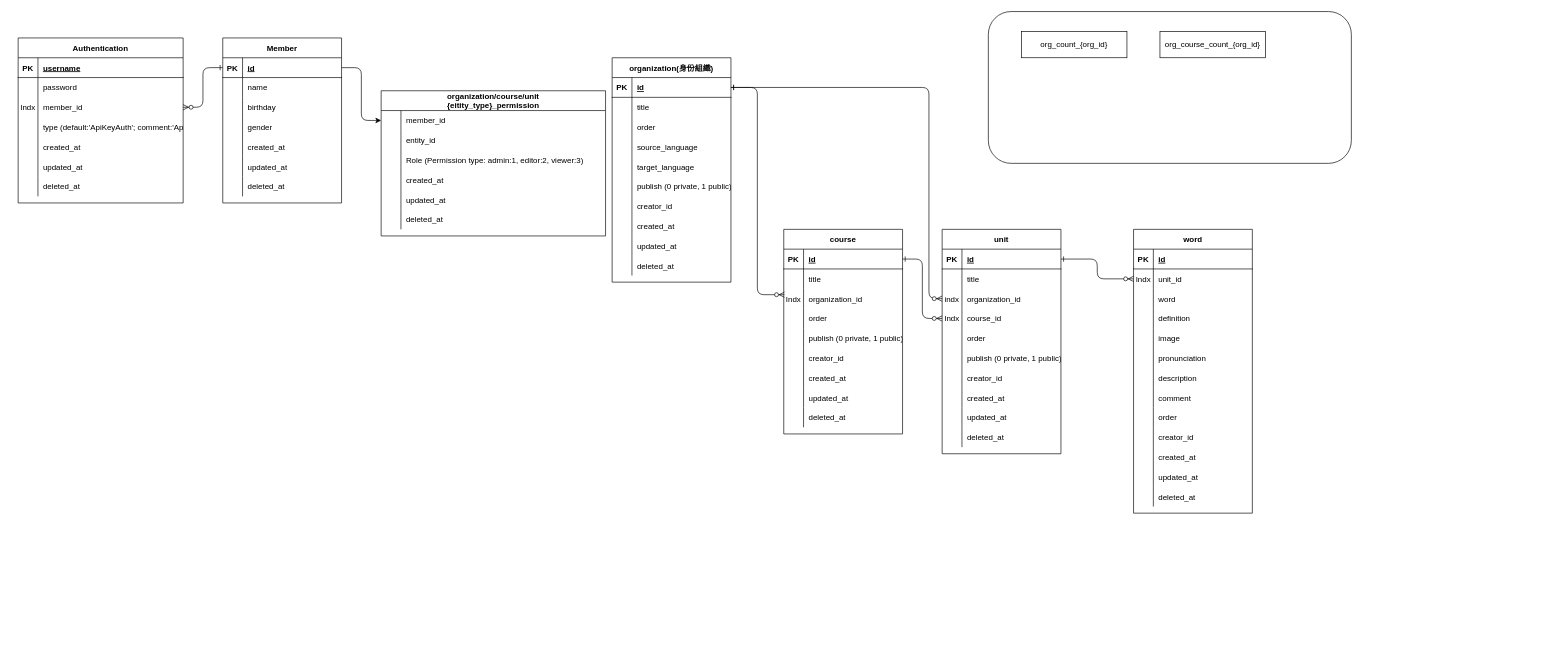
adon988/go_api_example keeps this draw.io diagram as ERD.drawio. Above is the earlier version. Source tidied: cells renumbered, new cells numbered last; positions are measured from the earlier drawing's top-left corner, leaving out a move shared by most shapes. Both pictures are drawn from the tidied source at 66%, with x=0, y=0 at pixel (18, 11).
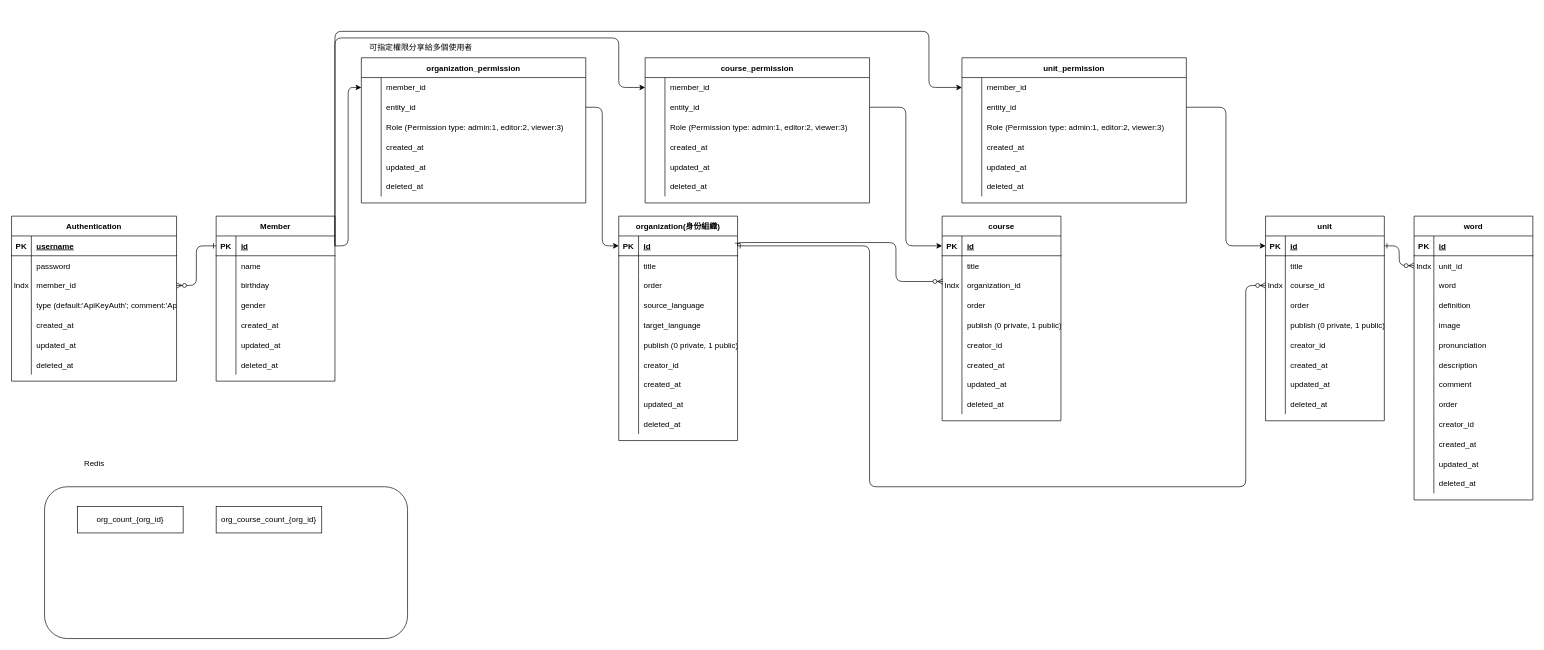
The same page after the edit.

Commit message:
doc: ajust the erd

The change refers to these unchanged cells:
```xml
<mxCell id="27" style="shape=partialRectangle;fillColor=none;top=0;left=0;bottom=1;right=0;points=[[0,0.5],[1,0.5]];portConstraint=eastwest;" parent="26" vertex="1">
  <mxGeometry y="30" width="180" height="30" as="geometry" />
</mxCell>
<mxCell id="49" style="shape=partialRectangle;fillColor=none;top=0;left=0;bottom=1;right=0;points=[[0,0.5],[1,0.5]];portConstraint=eastwest;" parent="48" vertex="1">
  <mxGeometry y="30" width="180" height="30" as="geometry" />
</mxCell>
<mxCell id="80" style="shape=partialRectangle;fillColor=none;top=0;left=0;bottom=1;right=0;points=[[0,0.5],[1,0.5]];portConstraint=eastwest;" parent="79" vertex="1">
  <mxGeometry y="30" width="180" height="30" as="geometry" />
</mxCell>
<mxCell id="86" style="shape=partialRectangle;fillColor=none;top=0;left=0;bottom=0;right=0;points=[[0,0.5],[1,0.5]];portConstraint=eastwest;" parent="79" vertex="1">
  <mxGeometry y="90" width="180" height="30" as="geometry" />
</mxCell>
<mxCell id="109" style="shape=partialRectangle;fillColor=none;top=0;left=0;bottom=1;right=0;points=[[0,0.5],[1,0.5]];portConstraint=eastwest;" parent="108" vertex="1">
  <mxGeometry y="30" width="180" height="30" as="geometry" />
</mxCell>
<mxCell id="188" style="shape=partialRectangle;fillColor=none;top=0;left=0;bottom=0;right=0;points=[[0,0.5],[1,0.5]];portConstraint=eastwest;" parent="184" vertex="1">
  <mxGeometry y="60" width="340" height="30" as="geometry" />
</mxCell>
```

Change to the diagram source:
```diff
@@
     <mxCell id="2" style="rounded=1;whiteSpace=wrap;html=1;" parent="1" vertex="1">
-      <mxGeometry x="1470" width="550" height="230" as="geometry" />
+      <mxGeometry x="40" y="720" width="550" height="230" as="geometry" />
     </mxCell>
@@
     <mxCell id="4" value="Authentication" style="shape=table;startSize=30;childLayout=tableLayout;rowLines=0;fontStyle=1;align=center;" parent="1" vertex="1">
-      <mxGeometry y="40" width="250" height="250" as="geometry" />
+      <mxGeometry x="-10" y="310" width="250" height="250" as="geometry" />
     </mxCell>
@@
     <mxCell id="26" value="Member" style="shape=table;startSize=30;childLayout=tableLayout;rowLines=0;fontStyle=1;align=center;" parent="1" vertex="1">
-      <mxGeometry x="310" y="40" width="180" height="250" as="geometry" />
+      <mxGeometry x="300" y="310" width="180" height="250" as="geometry" />
     </mxCell>
@@
     <mxCell id="48" value="organization(身份組織)" style="shape=table;startSize=30;childLayout=tableLayout;rowLines=0;fontStyle=1;align=center;" parent="1" vertex="1">
-      <mxGeometry x="900" y="70" width="180" height="340" as="geometry" />
+      <mxGeometry x="910" y="310" width="180" height="340" as="geometry" />
     </mxCell>
@@
     <mxCell id="79" value="course" style="shape=table;startSize=30;childLayout=tableLayout;rowLines=0;fontStyle=1;align=center;" parent="1" vertex="1">
-      <mxGeometry x="1160" y="330" width="180" height="310" as="geometry" />
+      <mxGeometry x="1400" y="310" width="180" height="310" as="geometry" />
     </mxCell>
@@
     <mxCell id="107" style="edgeStyle=orthogonalEdgeStyle;rounded=1;jettySize=auto;html=1;exitX=1;exitY=0.5;exitDx=0;exitDy=0;entryX=0.006;entryY=0.3;entryDx=0;entryDy=0;entryPerimeter=0;endArrow=ERzeroToMany;endFill=1;startArrow=ERone;startFill=0;" parent="1" edge="1" source="49" target="86">
-      <mxGeometry relative="1" as="geometry" />
+      <mxGeometry relative="1" as="geometry">
+        <Array as="points">
+          <mxPoint x="1090" y="350" />
+          <mxPoint x="1330" y="350" />
+          <mxPoint x="1330" y="409" />
+        </Array>
+      </mxGeometry>
     </mxCell>
     <mxCell id="108" value="unit" style="shape=table;startSize=30;childLayout=tableLayout;rowLines=0;fontStyle=1;align=center;" parent="1" vertex="1">
-      <mxGeometry x="1400" y="330" width="180" height="340" as="geometry" />
+      <mxGeometry x="1890" y="310" width="180" height="310" as="geometry" />
     </mxCell>
@@
-    <mxCell id="115" style="shape=partialRectangle;fillColor=none;top=0;left=0;bottom=0;right=0;points=[[0,0.5],[1,0.5]];portConstraint=eastwest;" parent="108" vertex="1">
-      <mxGeometry y="90" width="180" height="30" as="geometry" />
-    </mxCell>
-    <mxCell id="116" value="indx" style="shape=partialRectangle;fillColor=none;top=0;left=0;bottom=0;right=0;overflow=hidden;" parent="115" vertex="1">
-      <mxGeometry width="30" height="30" as="geometry" />
-    </mxCell>
-    <mxCell id="117" value="organization_id" style="shape=partialRectangle;fillColor=none;top=0;left=0;bottom=0;right=0;align=left;spacingLeft=6;overflow=hidden;" parent="115" vertex="1">
-      <mxGeometry x="30" width="150" height="30" as="geometry" />
-    </mxCell>
     <mxCell id="118" style="shape=partialRectangle;fillColor=none;top=0;left=0;bottom=0;right=0;points=[[0,0.5],[1,0.5]];portConstraint=eastwest;" parent="108" vertex="1">
-      <mxGeometry y="120" width="180" height="30" as="geometry" />
+      <mxGeometry y="90" width="180" height="30" as="geometry" />
     </mxCell>
@@
     <mxCell id="121" style="shape=partialRectangle;fillColor=none;top=0;left=0;bottom=0;right=0;" parent="108" vertex="1">
-      <mxGeometry y="150" width="180" height="30" as="geometry" />
+      <mxGeometry y="120" width="180" height="30" as="geometry" />
     </mxCell>
@@
     <mxCell id="124" style="shape=partialRectangle;fillColor=none;top=0;left=0;bottom=0;right=0;" parent="108" vertex="1">
-      <mxGeometry y="180" width="180" height="30" as="geometry" />
+      <mxGeometry y="150" width="180" height="30" as="geometry" />
     </mxCell>
@@
     <mxCell id="127" style="shape=partialRectangle;fillColor=none;top=0;left=0;bottom=0;right=0;" parent="108" vertex="1">
-      <mxGeometry y="210" width="180" height="30" as="geometry" />
+      <mxGeometry y="180" width="180" height="30" as="geometry" />
     </mxCell>
@@
     <mxCell id="130" style="shape=partialRectangle;fillColor=none;top=0;left=0;bottom=0;right=0;" parent="108" vertex="1">
-      <mxGeometry y="240" width="180" height="30" as="geometry" />
+      <mxGeometry y="210" width="180" height="30" as="geometry" />
     </mxCell>
@@
     <mxCell id="133" style="shape=partialRectangle;fillColor=none;top=0;left=0;bottom=0;right=0;" parent="108" vertex="1">
-      <mxGeometry y="270" width="180" height="30" as="geometry" />
+      <mxGeometry y="240" width="180" height="30" as="geometry" />
     </mxCell>
@@
     <mxCell id="136" style="shape=partialRectangle;fillColor=none;top=0;left=0;bottom=0;right=0;" parent="108" vertex="1">
-      <mxGeometry y="300" width="180" height="30" as="geometry" />
+      <mxGeometry y="270" width="180" height="30" as="geometry" />
     </mxCell>
@@
-    <mxCell id="139" style="edgeStyle=orthogonalEdgeStyle;rounded=1;jettySize=auto;html=1;exitX=1;exitY=0.5;exitDx=0;exitDy=0;startArrow=ERone;startFill=0;endArrow=ERzeroToMany;endFill=1;" parent="1" edge="1" source="80" target="118">
-      <mxGeometry relative="1" as="geometry" />
-    </mxCell>
     <mxCell id="140" value="word" style="shape=table;startSize=30;childLayout=tableLayout;rowLines=0;fontStyle=1;align=center;" parent="1" vertex="1">
-      <mxGeometry x="1690" y="330" width="180" height="430" as="geometry" />
+      <mxGeometry x="2115" y="310" width="180" height="430" as="geometry" />
     </mxCell>
@@
     <mxCell id="181" value="org_count_{org_id}" style="whiteSpace=wrap;html=1;align=center;" parent="1" vertex="1">
-      <mxGeometry x="1520" y="30" width="160" height="40" as="geometry" />
+      <mxGeometry x="90" y="750" width="160" height="40" as="geometry" />
     </mxCell>
     <mxCell id="182" value="org_course_count_{org_id}" style="whiteSpace=wrap;html=1;align=center;" parent="1" vertex="1">
-      <mxGeometry x="1730" y="30" width="160" height="40" as="geometry" />
+      <mxGeometry x="300" y="750" width="160" height="40" as="geometry" />
     </mxCell>
-    <mxCell id="183" style="edgeStyle=orthogonalEdgeStyle;rounded=1;jettySize=auto;html=1;exitX=1;exitY=0.5;exitDx=0;exitDy=0;entryX=0;entryY=0.5;entryDx=0;entryDy=0;endArrow=ERzeroToMany;endFill=1;startArrow=ERone;startFill=0;" parent="1" edge="1" source="49" target="115">
+    <mxCell id="183" style="edgeStyle=orthogonalEdgeStyle;rounded=1;jettySize=auto;html=1;exitX=1;exitY=0.5;exitDx=0;exitDy=0;endArrow=ERzeroToMany;endFill=1;startArrow=ERone;startFill=0;" parent="1" edge="1" source="49">
       <mxGeometry relative="1" as="geometry">
+        <mxPoint x="1890" y="415" as="targetPoint" />
         <Array as="points">
-          <mxPoint x="1380" y="115" />
-          <mxPoint x="1380" y="435" />
+          <mxPoint x="1290" y="355" />
+          <mxPoint x="1290" y="720" />
+          <mxPoint x="1860" y="720" />
+          <mxPoint x="1860" y="415" />
         </Array>
       </mxGeometry>
     </mxCell>
-    <mxCell id="184" value="organization/course/unit&#10;{eitity_type}_permission" style="shape=table;startSize=30;childLayout=tableLayout;rowLines=0;fontStyle=1;align=center;" parent="1" vertex="1">
-      <mxGeometry x="550" y="120" width="340" height="220" as="geometry" />
+    <mxCell id="184" value="organization_permission" style="shape=table;startSize=30;childLayout=tableLayout;rowLines=0;fontStyle=1;align=center;" parent="1" vertex="1">
+      <mxGeometry x="520" y="70" width="340" height="220" as="geometry" />
     </mxCell>
@@
+    <mxCell id="204" value="course_permission" style="shape=table;startSize=30;childLayout=tableLayout;rowLines=0;fontStyle=1;align=center;" parent="1" vertex="1">
+      <mxGeometry x="950" y="70" width="340" height="220" as="geometry" />
+    </mxCell>
+    <mxCell id="205" style="shape=partialRectangle;fillColor=none;top=0;left=0;bottom=0;right=0;points=[[0,0.5],[1,0.5]];portConstraint=eastwest;" parent="204" vertex="1">
+      <mxGeometry y="30" width="340" height="30" as="geometry" />
+    </mxCell>
+    <mxCell id="206" style="shape=partialRectangle;fillColor=none;top=0;left=0;bottom=0;right=0;overflow=hidden;" parent="205" vertex="1">
+      <mxGeometry width="30" height="30" as="geometry" />
+    </mxCell>
+    <mxCell id="207" value="member_id" style="shape=partialRectangle;fillColor=none;top=0;left=0;bottom=0;right=0;align=left;spacingLeft=6;overflow=hidden;" parent="205" vertex="1">
+      <mxGeometry x="30" width="310" height="30" as="geometry" />
+    </mxCell>
+    <mxCell id="208" style="shape=partialRectangle;fillColor=none;top=0;left=0;bottom=0;right=0;points=[[0,0.5],[1,0.5]];portConstraint=eastwest;" parent="204" vertex="1">
+      <mxGeometry y="60" width="340" height="30" as="geometry" />
+    </mxCell>
+    <mxCell id="209" style="shape=partialRectangle;fillColor=none;top=0;left=0;bottom=0;right=0;overflow=hidden;" parent="208" vertex="1">
+      <mxGeometry width="30" height="30" as="geometry" />
+    </mxCell>
+    <mxCell id="210" value="entity_id" style="shape=partialRectangle;fillColor=none;top=0;left=0;bottom=0;right=0;align=left;spacingLeft=6;overflow=hidden;" parent="208" vertex="1">
+      <mxGeometry x="30" width="310" height="30" as="geometry" />
+    </mxCell>
+    <mxCell id="211" style="shape=partialRectangle;fillColor=none;top=0;left=0;bottom=0;right=0;" parent="204" vertex="1">
+      <mxGeometry y="90" width="340" height="30" as="geometry" />
+    </mxCell>
+    <mxCell id="212" style="shape=partialRectangle;fillColor=none;top=0;left=0;bottom=0;right=0;overflow=hidden;" parent="211" vertex="1">
+      <mxGeometry width="30" height="30" as="geometry" />
+    </mxCell>
+    <mxCell id="213" value="Role (Permission type: admin:1, editor:2, viewer:3)" style="shape=partialRectangle;fillColor=none;top=0;left=0;bottom=0;right=0;align=left;spacingLeft=6;overflow=hidden;" parent="211" vertex="1">
+      <mxGeometry x="30" width="310" height="30" as="geometry" />
+    </mxCell>
+    <mxCell id="214" style="shape=partialRectangle;fillColor=none;top=0;left=0;bottom=0;right=0;" parent="204" vertex="1">
+      <mxGeometry y="120" width="340" height="30" as="geometry" />
+    </mxCell>
+    <mxCell id="215" style="shape=partialRectangle;fillColor=none;top=0;left=0;bottom=0;right=0;overflow=hidden;" parent="214" vertex="1">
+      <mxGeometry width="30" height="30" as="geometry" />
+    </mxCell>
+    <mxCell id="216" value="created_at" style="shape=partialRectangle;fillColor=none;top=0;left=0;bottom=0;right=0;align=left;spacingLeft=6;overflow=hidden;" parent="214" vertex="1">
+      <mxGeometry x="30" width="310" height="30" as="geometry" />
+    </mxCell>
+    <mxCell id="217" style="shape=partialRectangle;fillColor=none;top=0;left=0;bottom=0;right=0;" parent="204" vertex="1">
+      <mxGeometry y="150" width="340" height="30" as="geometry" />
+    </mxCell>
+    <mxCell id="218" style="shape=partialRectangle;fillColor=none;top=0;left=0;bottom=0;right=0;overflow=hidden;" parent="217" vertex="1">
+      <mxGeometry width="30" height="30" as="geometry" />
+    </mxCell>
+    <mxCell id="219" value="updated_at" style="shape=partialRectangle;fillColor=none;top=0;left=0;bottom=0;right=0;align=left;spacingLeft=6;overflow=hidden;" parent="217" vertex="1">
+      <mxGeometry x="30" width="310" height="30" as="geometry" />
+    </mxCell>
+    <mxCell id="220" style="shape=partialRectangle;fillColor=none;top=0;left=0;bottom=0;right=0;" parent="204" vertex="1">
+      <mxGeometry y="180" width="340" height="30" as="geometry" />
+    </mxCell>
+    <mxCell id="221" style="shape=partialRectangle;fillColor=none;top=0;left=0;bottom=0;right=0;overflow=hidden;" parent="220" vertex="1">
+      <mxGeometry width="30" height="30" as="geometry" />
+    </mxCell>
+    <mxCell id="222" value="deleted_at" style="shape=partialRectangle;fillColor=none;top=0;left=0;bottom=0;right=0;align=left;spacingLeft=6;overflow=hidden;" parent="220" vertex="1">
+      <mxGeometry x="30" width="310" height="30" as="geometry" />
+    </mxCell>
+    <mxCell id="223" style="edgeStyle=orthogonalEdgeStyle;html=1;exitX=1;exitY=0.5;exitDx=0;exitDy=0;entryX=0;entryY=0.5;entryDx=0;entryDy=0;" parent="1" edge="1" source="188" target="49">
+      <mxGeometry relative="1" as="geometry" />
+    </mxCell>
+    <mxCell id="224" style="edgeStyle=orthogonalEdgeStyle;html=1;exitX=1;exitY=0.5;exitDx=0;exitDy=0;entryX=0;entryY=0.5;entryDx=0;entryDy=0;" parent="1" edge="1" source="27" target="205">
+      <mxGeometry relative="1" as="geometry">
+        <Array as="points">
+          <mxPoint x="480" y="40" />
+          <mxPoint x="910" y="40" />
+          <mxPoint x="910" y="115" />
+        </Array>
+      </mxGeometry>
+    </mxCell>
+    <mxCell id="225" style="edgeStyle=orthogonalEdgeStyle;html=1;" parent="1" edge="1" source="208" target="80">
+      <mxGeometry relative="1" as="geometry" />
+    </mxCell>
+    <mxCell id="226" value="unit_permission" style="shape=table;startSize=30;childLayout=tableLayout;rowLines=0;fontStyle=1;align=center;" parent="1" vertex="1">
+      <mxGeometry x="1430" y="70" width="340" height="220" as="geometry" />
+    </mxCell>
+    <mxCell id="227" style="shape=partialRectangle;fillColor=none;top=0;left=0;bottom=0;right=0;points=[[0,0.5],[1,0.5]];portConstraint=eastwest;" parent="226" vertex="1">
+      <mxGeometry y="30" width="340" height="30" as="geometry" />
+    </mxCell>
+    <mxCell id="228" style="shape=partialRectangle;fillColor=none;top=0;left=0;bottom=0;right=0;overflow=hidden;" parent="227" vertex="1">
+      <mxGeometry width="30" height="30" as="geometry" />
+    </mxCell>
+    <mxCell id="229" value="member_id" style="shape=partialRectangle;fillColor=none;top=0;left=0;bottom=0;right=0;align=left;spacingLeft=6;overflow=hidden;" parent="227" vertex="1">
+      <mxGeometry x="30" width="310" height="30" as="geometry" />
+    </mxCell>
+    <mxCell id="230" style="shape=partialRectangle;fillColor=none;top=0;left=0;bottom=0;right=0;points=[[0,0.5],[1,0.5]];portConstraint=eastwest;" parent="226" vertex="1">
+      <mxGeometry y="60" width="340" height="30" as="geometry" />
+    </mxCell>
+    <mxCell id="231" style="shape=partialRectangle;fillColor=none;top=0;left=0;bottom=0;right=0;overflow=hidden;" parent="230" vertex="1">
+      <mxGeometry width="30" height="30" as="geometry" />
+    </mxCell>
+    <mxCell id="232" value="entity_id" style="shape=partialRectangle;fillColor=none;top=0;left=0;bottom=0;right=0;align=left;spacingLeft=6;overflow=hidden;" parent="230" vertex="1">
+      <mxGeometry x="30" width="310" height="30" as="geometry" />
+    </mxCell>
+    <mxCell id="233" style="shape=partialRectangle;fillColor=none;top=0;left=0;bottom=0;right=0;" parent="226" vertex="1">
+      <mxGeometry y="90" width="340" height="30" as="geometry" />
+    </mxCell>
+    <mxCell id="234" style="shape=partialRectangle;fillColor=none;top=0;left=0;bottom=0;right=0;overflow=hidden;" parent="233" vertex="1">
+      <mxGeometry width="30" height="30" as="geometry" />
+    </mxCell>
+    <mxCell id="235" value="Role (Permission type: admin:1, editor:2, viewer:3)" style="shape=partialRectangle;fillColor=none;top=0;left=0;bottom=0;right=0;align=left;spacingLeft=6;overflow=hidden;" parent="233" vertex="1">
+      <mxGeometry x="30" width="310" height="30" as="geometry" />
+    </mxCell>
+    <mxCell id="236" style="shape=partialRectangle;fillColor=none;top=0;left=0;bottom=0;right=0;" parent="226" vertex="1">
+      <mxGeometry y="120" width="340" height="30" as="geometry" />
+    </mxCell>
+    <mxCell id="237" style="shape=partialRectangle;fillColor=none;top=0;left=0;bottom=0;right=0;overflow=hidden;" parent="236" vertex="1">
+      <mxGeometry width="30" height="30" as="geometry" />
+    </mxCell>
+    <mxCell id="238" value="created_at" style="shape=partialRectangle;fillColor=none;top=0;left=0;bottom=0;right=0;align=left;spacingLeft=6;overflow=hidden;" parent="236" vertex="1">
+      <mxGeometry x="30" width="310" height="30" as="geometry" />
+    </mxCell>
+    <mxCell id="239" style="shape=partialRectangle;fillColor=none;top=0;left=0;bottom=0;right=0;" parent="226" vertex="1">
+      <mxGeometry y="150" width="340" height="30" as="geometry" />
+    </mxCell>
+    <mxCell id="240" style="shape=partialRectangle;fillColor=none;top=0;left=0;bottom=0;right=0;overflow=hidden;" parent="239" vertex="1">
+      <mxGeometry width="30" height="30" as="geometry" />
+    </mxCell>
+    <mxCell id="241" value="updated_at" style="shape=partialRectangle;fillColor=none;top=0;left=0;bottom=0;right=0;align=left;spacingLeft=6;overflow=hidden;" parent="239" vertex="1">
+      <mxGeometry x="30" width="310" height="30" as="geometry" />
+    </mxCell>
+    <mxCell id="242" style="shape=partialRectangle;fillColor=none;top=0;left=0;bottom=0;right=0;" parent="226" vertex="1">
+      <mxGeometry y="180" width="340" height="30" as="geometry" />
+    </mxCell>
+    <mxCell id="243" style="shape=partialRectangle;fillColor=none;top=0;left=0;bottom=0;right=0;overflow=hidden;" parent="242" vertex="1">
+      <mxGeometry width="30" height="30" as="geometry" />
+    </mxCell>
+    <mxCell id="244" value="deleted_at" style="shape=partialRectangle;fillColor=none;top=0;left=0;bottom=0;right=0;align=left;spacingLeft=6;overflow=hidden;" parent="242" vertex="1">
+      <mxGeometry x="30" width="310" height="30" as="geometry" />
+    </mxCell>
+    <mxCell id="245" style="edgeStyle=orthogonalEdgeStyle;html=1;exitX=1;exitY=0.5;exitDx=0;exitDy=0;entryX=0;entryY=0.5;entryDx=0;entryDy=0;" parent="1" edge="1" source="27" target="227">
+      <mxGeometry relative="1" as="geometry">
+        <Array as="points">
+          <mxPoint x="480" y="30" />
+          <mxPoint x="1380" y="30" />
+          <mxPoint x="1380" y="115" />
+        </Array>
+      </mxGeometry>
+    </mxCell>
+    <mxCell id="246" style="edgeStyle=orthogonalEdgeStyle;html=1;exitX=1;exitY=0.5;exitDx=0;exitDy=0;" parent="1" edge="1" source="230" target="109">
+      <mxGeometry relative="1" as="geometry" />
+    </mxCell>
+    <mxCell id="247" value="可指定權限分享給多個使用者" style="text;html=1;align=center;verticalAlign=middle;strokeColor=none;fillColor=none;" parent="1" vertex="1">
+      <mxGeometry x="520" y="40" width="180" height="30" as="geometry" />
+    </mxCell>
+    <mxCell id="248" value="Redis" style="text;html=1;align=center;verticalAlign=middle;strokeColor=none;fillColor=none;" parent="1" vertex="1">
+      <mxGeometry x="90" y="670" width="50" height="30" as="geometry" />
+    </mxCell>
```
